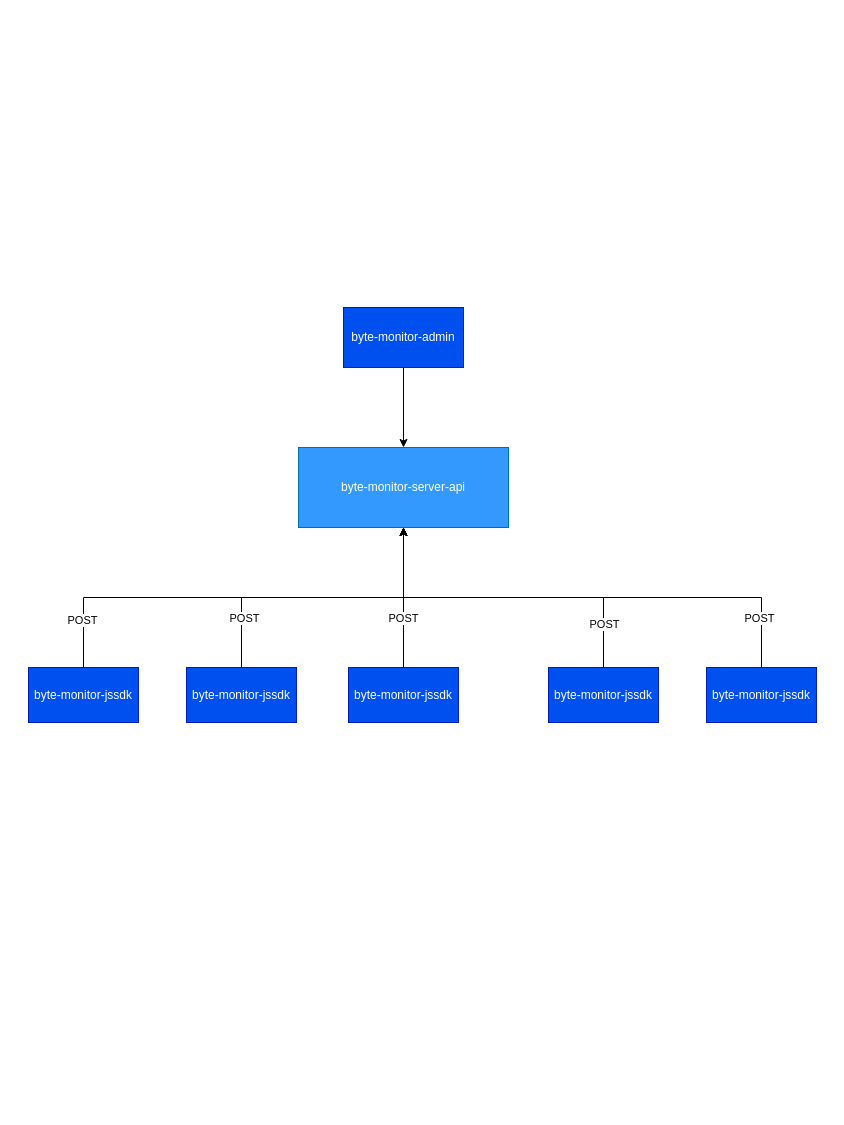
ByteWebMonitor/byte-monitor-docs keeps this draw.io diagram as docs/structure.drawio. Above is the earlier version. Source tidied: cells renumbered, new cells numbered last; positions are measured from the earlier drawing's top-left corner, leaving out a move shared by most shapes. Both pictures are drawn from the tidied source at 100%, with x=0, y=0 at pixel (28, 307).
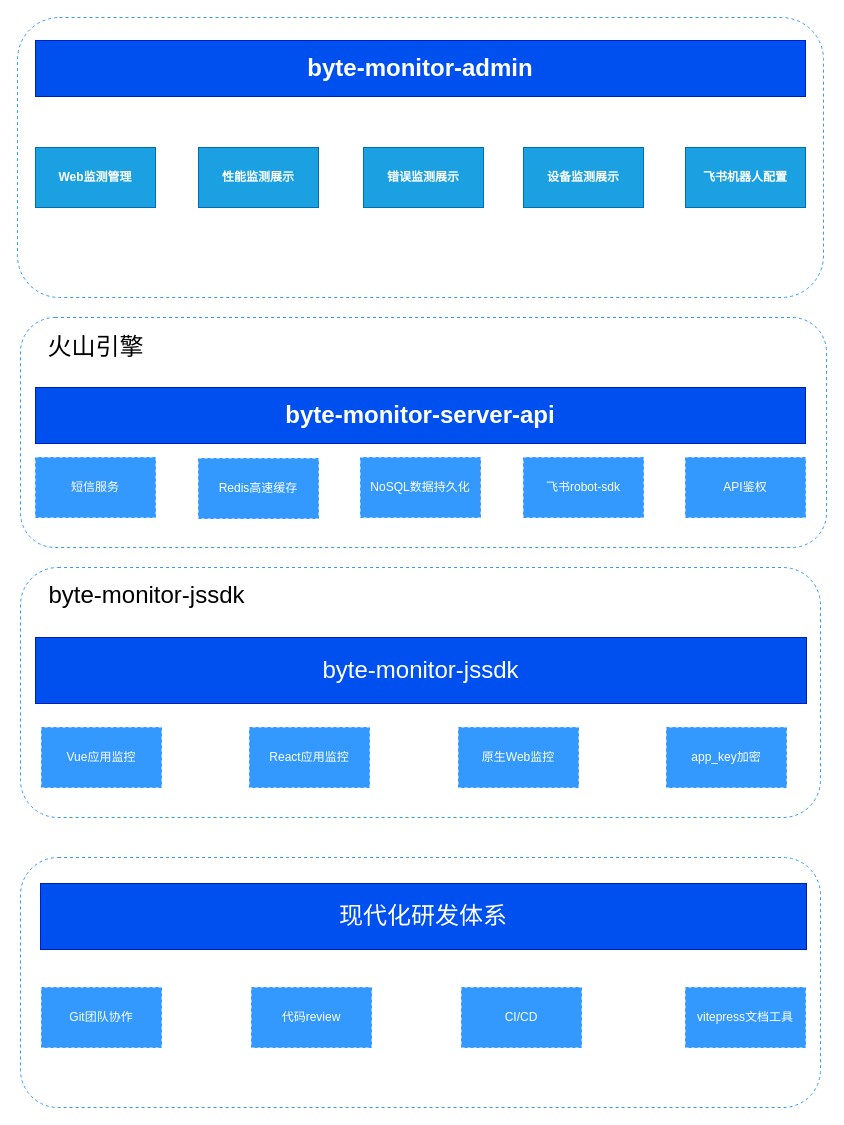
The same page after the edit.

Change to the diagram source:
```diff
@@
-    <mxCell id="2" value="byte-monitor-server-api" style="rounded=0;whiteSpace=wrap;html=1;strokeColor=#006EAF;fontColor=#ffffff;fillColor=#3399FF;" parent="1" vertex="1">
-      <mxGeometry x="270" y="140" width="210" height="80" as="geometry" />
+    <mxCell id="2" value="&lt;b&gt;&lt;font style=&quot;font-size: 24px&quot;&gt;byte-monitor-server-api&lt;/font&gt;&lt;/b&gt;" style="rounded=0;whiteSpace=wrap;html=1;strokeColor=#001DBC;fontColor=#ffffff;fillColor=#0050ef;" parent="1" vertex="1">
+      <mxGeometry x="7" y="80" width="770" height="56" as="geometry" />
     </mxCell>
-    <mxCell id="3" style="edgeStyle=orthogonalEdgeStyle;rounded=0;jettySize=auto;html=1;exitX=0.5;exitY=0;exitDx=0;exitDy=0;" parent="1" edge="1" source="5" target="2">
-      <mxGeometry relative="1" as="geometry" />
-    </mxCell>
-    <mxCell id="4" value="POST" style="edgeLabel;html=1;align=center;verticalAlign=middle;" parent="3" vertex="1">
-      <mxGeometry x="-0.79" y="2" relative="1" as="geometry" />
-    </mxCell>
-    <mxCell id="5" value="byte-monitor-jssdk" style="rounded=0;whiteSpace=wrap;html=1;fillColor=#0050ef;strokeColor=#001DBC;fontColor=#ffffff;" parent="1" vertex="1">
-      <mxGeometry y="360" width="110" height="55" as="geometry" />
+    <mxCell id="5" value="&lt;font style=&quot;font-size: 24px&quot;&gt;byte-monitor-jssdk&lt;/font&gt;" style="rounded=0;whiteSpace=wrap;html=1;fillColor=#0050ef;strokeColor=#001DBC;fontColor=#ffffff;" parent="1" vertex="1">
+      <mxGeometry x="7" y="330" width="771" height="66" as="geometry" />
     </mxCell>
-    <mxCell id="6" style="edgeStyle=orthogonalEdgeStyle;rounded=0;jettySize=auto;html=1;entryX=0.5;entryY=1;entryDx=0;entryDy=0;" parent="1" edge="1" source="8" target="2">
-      <mxGeometry relative="1" as="geometry">
-        <Array as="points">
-          <mxPoint x="213" y="290" />
-          <mxPoint x="375" y="290" />
-        </Array>
-      </mxGeometry>
-    </mxCell>
-    <mxCell id="7" value="POST" style="edgeLabel;html=1;align=center;verticalAlign=middle;" parent="6" vertex="1">
-      <mxGeometry x="-0.67" y="-2" relative="1" as="geometry" />
-    </mxCell>
-    <mxCell id="8" value="byte-monitor-jssdk" style="rounded=0;whiteSpace=wrap;html=1;fillColor=#0050ef;strokeColor=#001DBC;fontColor=#ffffff;" parent="1" vertex="1">
-      <mxGeometry x="158" y="360" width="110" height="55" as="geometry" />
-    </mxCell>
-    <mxCell id="9" style="edgeStyle=orthogonalEdgeStyle;rounded=0;jettySize=auto;html=1;entryX=0.5;entryY=1;entryDx=0;entryDy=0;" parent="1" edge="1" source="11" target="2">
-      <mxGeometry relative="1" as="geometry" />
-    </mxCell>
-    <mxCell id="10" value="POST" style="edgeLabel;html=1;align=center;verticalAlign=middle;" parent="9" vertex="1">
-      <mxGeometry x="-0.29" y="1" relative="1" as="geometry" />
-    </mxCell>
-    <mxCell id="11" value="byte-monitor-jssdk" style="rounded=0;whiteSpace=wrap;html=1;fillColor=#0050ef;strokeColor=#001DBC;fontColor=#ffffff;" parent="1" vertex="1">
-      <mxGeometry x="320" y="360" width="110" height="55" as="geometry" />
-    </mxCell>
-    <mxCell id="12" style="edgeStyle=orthogonalEdgeStyle;rounded=0;jettySize=auto;html=1;entryX=0.5;entryY=1;entryDx=0;entryDy=0;" parent="1" edge="1" source="14" target="2">
-      <mxGeometry relative="1" as="geometry">
-        <Array as="points">
-          <mxPoint x="575" y="290" />
-          <mxPoint x="375" y="290" />
-        </Array>
-      </mxGeometry>
-    </mxCell>
-    <mxCell id="13" value="POST" style="edgeLabel;html=1;align=center;verticalAlign=middle;" parent="12" vertex="1">
-      <mxGeometry x="-0.74" relative="1" as="geometry" />
-    </mxCell>
-    <mxCell id="14" value="byte-monitor-jssdk" style="rounded=0;whiteSpace=wrap;html=1;fillColor=#0050ef;strokeColor=#001DBC;fontColor=#ffffff;" parent="1" vertex="1">
-      <mxGeometry x="520" y="360" width="110" height="55" as="geometry" />
-    </mxCell>
-    <mxCell id="15" style="edgeStyle=orthogonalEdgeStyle;rounded=0;jettySize=auto;html=1;entryX=0.5;entryY=1;entryDx=0;entryDy=0;" parent="1" edge="1" source="17" target="2">
-      <mxGeometry relative="1" as="geometry">
-        <Array as="points">
-          <mxPoint x="733" y="290" />
-          <mxPoint x="375" y="290" />
-        </Array>
-      </mxGeometry>
-    </mxCell>
-    <mxCell id="16" value="POST" style="edgeLabel;html=1;align=center;verticalAlign=middle;" parent="15" vertex="1">
-      <mxGeometry x="-0.8" y="3" relative="1" as="geometry" />
-    </mxCell>
-    <mxCell id="17" value="byte-monitor-jssdk" style="rounded=0;whiteSpace=wrap;html=1;fillColor=#0050ef;strokeColor=#001DBC;fontColor=#ffffff;" parent="1" vertex="1">
-      <mxGeometry x="678" y="360" width="110" height="55" as="geometry" />
-    </mxCell>
-    <mxCell id="18" style="edgeStyle=orthogonalEdgeStyle;rounded=0;jettySize=auto;html=1;entryX=0.5;entryY=0;entryDx=0;entryDy=0;" parent="1" edge="1" source="19" target="2">
-      <mxGeometry relative="1" as="geometry" />
-    </mxCell>
+    <mxCell id="20" value="&lt;b&gt;Web监测管理&lt;/b&gt;" style="rounded=0;whiteSpace=wrap;html=1;fillColor=#1ba1e2;strokeColor=#006EAF;fontColor=#ffffff;" parent="1" vertex="1">
+      <mxGeometry x="7" y="-160" width="120" height="60" as="geometry" />
+    </mxCell>
+    <mxCell id="21" style="rounded=1;whiteSpace=wrap;html=1;dashed=1;strokeColor=#3399FF;fillColor=none;" parent="1" vertex="1">
+      <mxGeometry x="-8" y="260" width="800" height="250" as="geometry" />
+    </mxCell>
+    <mxCell id="22" style="rounded=1;whiteSpace=wrap;html=1;dashed=1;strokeColor=#3399FF;fillColor=none;" parent="1" vertex="1">
+      <mxGeometry x="-8" y="10" width="806" height="230" as="geometry" />
+    </mxCell>
+    <mxCell id="23" value="&lt;font style=&quot;font-size: 24px&quot;&gt;火山引擎&lt;/font&gt;" style="text;html=1;align=center;verticalAlign=middle;strokeColor=none;" parent="1" vertex="1">
+      <mxGeometry x="12" y="30" width="110" height="20" as="geometry" />
+    </mxCell>
+    <mxCell id="24" value="&lt;font color=&quot;#ffffff&quot;&gt;短信服务&lt;/font&gt;" style="rounded=0;whiteSpace=wrap;html=1;dashed=1;strokeColor=#3399FF;fillColor=#3399FF;gradientDirection=north;flipH=1;" parent="1" vertex="1">
+      <mxGeometry x="7" y="150" width="120" height="60" as="geometry" />
+    </mxCell>
+    <mxCell id="25" value="&lt;font color=&quot;#ffffff&quot;&gt;NoSQL数据持久化&lt;/font&gt;" style="rounded=0;whiteSpace=wrap;html=1;dashed=1;strokeColor=#3399FF;fillColor=#3399FF;gradientDirection=north;flipH=1;" parent="1" vertex="1">
+      <mxGeometry x="332" y="150" width="120" height="60" as="geometry" />
+    </mxCell>
+    <mxCell id="26" value="&lt;font color=&quot;#ffffff&quot;&gt;Redis高速缓存&lt;/font&gt;" style="rounded=0;whiteSpace=wrap;html=1;dashed=1;strokeColor=#3399FF;fillColor=#3399FF;gradientDirection=north;flipH=1;" parent="1" vertex="1">
+      <mxGeometry x="170" y="151" width="120" height="60" as="geometry" />
+    </mxCell>
+    <mxCell id="27" value="&lt;font style=&quot;font-size: 24px&quot;&gt;byte-monitor-jssdk&lt;/font&gt;" style="text;html=1;align=center;verticalAlign=middle;strokeColor=none;" parent="1" vertex="1">
+      <mxGeometry x="13" y="278" width="210" height="20" as="geometry" />
+    </mxCell>
+    <mxCell id="28" value="&lt;font color=&quot;#ffffff&quot;&gt;Vue应用监控&lt;/font&gt;" style="rounded=0;whiteSpace=wrap;html=1;dashed=1;strokeColor=#3399FF;fillColor=#3399FF;gradientDirection=north;" parent="1" vertex="1">
+      <mxGeometry x="13" y="420" width="120" height="60" as="geometry" />
+    </mxCell>
+    <mxCell id="29" value="&lt;font color=&quot;#ffffff&quot;&gt;React应用监控&lt;/font&gt;" style="rounded=0;whiteSpace=wrap;html=1;dashed=1;strokeColor=#3399FF;fillColor=#3399FF;gradientDirection=north;" parent="1" vertex="1">
+      <mxGeometry x="221" y="420" width="120" height="60" as="geometry" />
+    </mxCell>
+    <mxCell id="30" value="&lt;font color=&quot;#ffffff&quot;&gt;原生Web监控&lt;/font&gt;" style="rounded=0;whiteSpace=wrap;html=1;dashed=1;strokeColor=#3399FF;fillColor=#3399FF;gradientDirection=north;" parent="1" vertex="1">
+      <mxGeometry x="430" y="420" width="120" height="60" as="geometry" />
+    </mxCell>
+    <mxCell id="31" value="&lt;font color=&quot;#ffffff&quot;&gt;飞书robot-sdk&lt;/font&gt;" style="rounded=0;whiteSpace=wrap;html=1;dashed=1;strokeColor=#3399FF;fillColor=#3399FF;gradientDirection=north;flipH=1;" parent="1" vertex="1">
+      <mxGeometry x="495" y="150" width="120" height="60" as="geometry" />
+    </mxCell>
+    <mxCell id="32" value="&lt;font color=&quot;#ffffff&quot;&gt;API鉴权&lt;/font&gt;" style="rounded=0;whiteSpace=wrap;html=1;dashed=1;strokeColor=#3399FF;fillColor=#3399FF;gradientDirection=north;flipH=1;" parent="1" vertex="1">
+      <mxGeometry x="657" y="150" width="120" height="60" as="geometry" />
+    </mxCell>
+    <mxCell id="33" style="rounded=1;whiteSpace=wrap;html=1;dashed=1;strokeColor=#3399FF;fillColor=none;" parent="1" vertex="1">
+      <mxGeometry x="-11" y="-290" width="806" height="280" as="geometry" />
+    </mxCell>
-    <mxCell id="19" value="byte-monitor-admin" style="rounded=0;whiteSpace=wrap;html=1;fillColor=#0050ef;strokeColor=#001DBC;fontColor=#ffffff;" parent="1" vertex="1">
-      <mxGeometry x="315" width="120" height="60" as="geometry" />
+    <mxCell id="19" value="&lt;b&gt;&lt;font style=&quot;font-size: 24px&quot;&gt;byte-monitor-admin&lt;/font&gt;&lt;/b&gt;" style="rounded=0;whiteSpace=wrap;html=1;strokeColor=#001DBC;fontColor=#ffffff;fillColor=#0050ef;" parent="1" vertex="1">
+      <mxGeometry x="7" y="-267" width="770" height="56" as="geometry" />
     </mxCell>
+    <mxCell id="34" value="&lt;b&gt;飞书机器人配置&lt;/b&gt;" style="rounded=0;whiteSpace=wrap;html=1;fillColor=#1ba1e2;strokeColor=#006EAF;fontColor=#ffffff;" parent="1" vertex="1">
+      <mxGeometry x="657" y="-160" width="120" height="60" as="geometry" />
+    </mxCell>
+    <mxCell id="35" value="&lt;b&gt;性能监测展示&lt;/b&gt;" style="rounded=0;whiteSpace=wrap;html=1;fillColor=#1ba1e2;strokeColor=#006EAF;fontColor=#ffffff;" parent="1" vertex="1">
+      <mxGeometry x="170" y="-160" width="120" height="60" as="geometry" />
+    </mxCell>
+    <mxCell id="36" style="rounded=1;whiteSpace=wrap;html=1;dashed=1;strokeColor=#3399FF;fillColor=none;" parent="1" vertex="1">
+      <mxGeometry x="-8" y="550" width="800" height="250" as="geometry" />
+    </mxCell>
+    <mxCell id="37" value="&lt;font style=&quot;font-size: 24px&quot;&gt;现代化研发体系&lt;/font&gt;" style="rounded=0;whiteSpace=wrap;html=1;fillColor=#0050ef;strokeColor=#001DBC;fontColor=#ffffff;" parent="1" vertex="1">
+      <mxGeometry x="12" y="576" width="766" height="66" as="geometry" />
+    </mxCell>
+    <mxCell id="38" value="&lt;font color=&quot;#ffffff&quot;&gt;Git团队协作&lt;/font&gt;" style="rounded=0;whiteSpace=wrap;html=1;dashed=1;strokeColor=#3399FF;fillColor=#3399FF;gradientDirection=north;" parent="1" vertex="1">
+      <mxGeometry x="13" y="680" width="120" height="60" as="geometry" />
+    </mxCell>
+    <mxCell id="39" value="&lt;font color=&quot;#ffffff&quot;&gt;代码review&lt;/font&gt;" style="rounded=0;whiteSpace=wrap;html=1;dashed=1;strokeColor=#3399FF;fillColor=#3399FF;gradientDirection=north;" parent="1" vertex="1">
+      <mxGeometry x="223" y="680" width="120" height="60" as="geometry" />
+    </mxCell>
+    <mxCell id="40" value="&lt;font color=&quot;#ffffff&quot;&gt;CI/CD&lt;/font&gt;" style="rounded=0;whiteSpace=wrap;html=1;dashed=1;strokeColor=#3399FF;fillColor=#3399FF;gradientDirection=north;" parent="1" vertex="1">
+      <mxGeometry x="433" y="680" width="120" height="60" as="geometry" />
+    </mxCell>
+    <mxCell id="41" value="&lt;font color=&quot;#ffffff&quot;&gt;vitepress文档工具&lt;/font&gt;" style="rounded=0;whiteSpace=wrap;html=1;dashed=1;strokeColor=#3399FF;fillColor=#3399FF;gradientDirection=north;" parent="1" vertex="1">
+      <mxGeometry x="657" y="680" width="120" height="60" as="geometry" />
+    </mxCell>
+    <mxCell id="42" value="&lt;b&gt;错误监测展示&lt;/b&gt;" style="rounded=0;whiteSpace=wrap;html=1;fillColor=#1ba1e2;strokeColor=#006EAF;fontColor=#ffffff;" parent="1" vertex="1">
+      <mxGeometry x="335" y="-160" width="120" height="60" as="geometry" />
+    </mxCell>
+    <mxCell id="43" value="&lt;b&gt;设备监测展示&lt;/b&gt;" style="rounded=0;whiteSpace=wrap;html=1;fillColor=#1ba1e2;strokeColor=#006EAF;fontColor=#ffffff;" parent="1" vertex="1">
+      <mxGeometry x="495" y="-160" width="120" height="60" as="geometry" />
+    </mxCell>
+    <mxCell id="44" value="&lt;font color=&quot;#ffffff&quot;&gt;app_key加密&lt;/font&gt;" style="rounded=0;whiteSpace=wrap;html=1;dashed=1;strokeColor=#3399FF;fillColor=#3399FF;gradientDirection=north;" parent="1" vertex="1">
+      <mxGeometry x="638" y="420" width="120" height="60" as="geometry" />
+    </mxCell>
```
